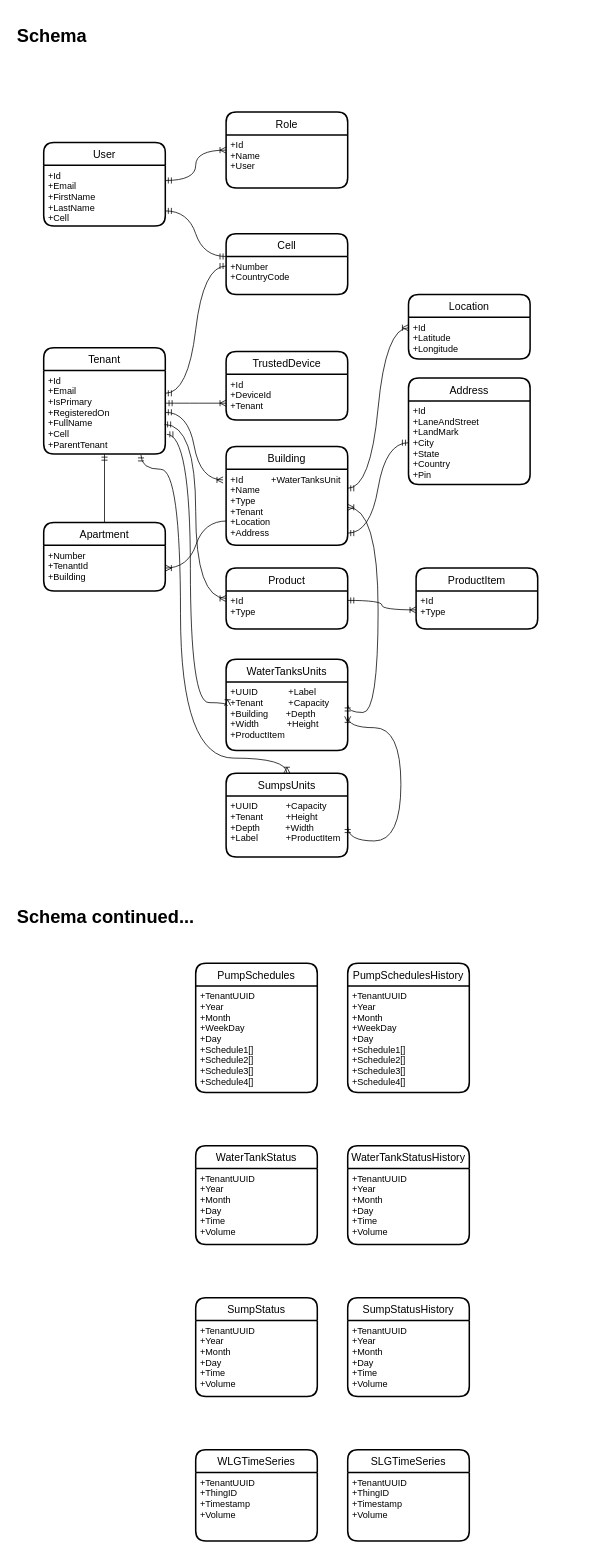
The draw.io diagram page "DatabaseSchema" (10 of 10) of notes/ArchitecturalDiagrams.drawio in aniruddhand/ciot-capstone, before the edit. Source tidied: cells renumbered, new cells numbered last; positions are measured from the earlier drawing's top-left corner, leaving out a move shared by most shapes. Both pictures are drawn from the tidied source at 76%, with x=0, y=0 at pixel (13, 21).
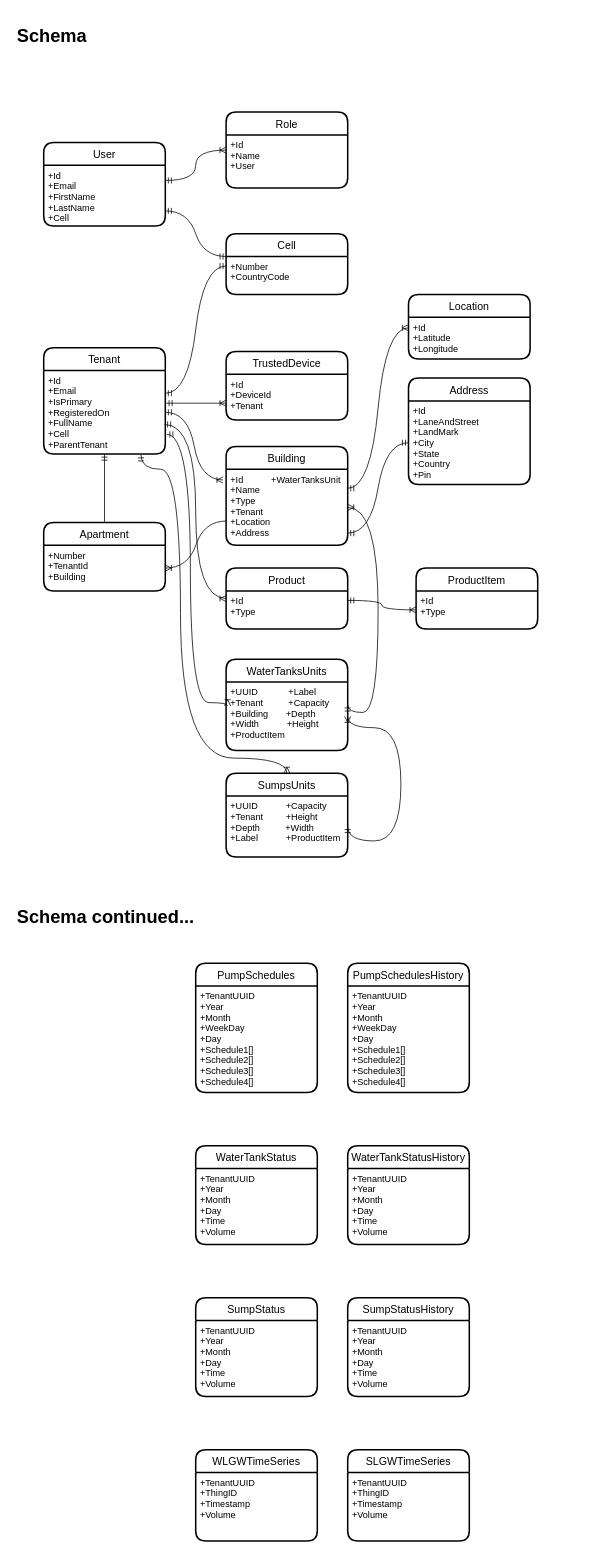
After the change.

The edit, as a diff of the source:
```diff
@@
-    <mxCell id="57" value="SLGTimeSeries" style="swimlane;horizontal=1;startSize=30;rounded=1;fontSize=14;fontStyle=0;strokeWidth=2;shadow=0;dashed=0;align=center;" parent="1" vertex="1">
+    <mxCell id="57" value="SLGWTimeSeries" style="swimlane;horizontal=1;startSize=30;rounded=1;fontSize=14;fontStyle=0;strokeWidth=2;shadow=0;dashed=0;align=center;" parent="1" vertex="1">
       <mxGeometry x="440" y="1880" width="160" height="120" as="geometry" />
     </mxCell>
@@
-    <mxCell id="59" value="WLGTimeSeries" style="swimlane;horizontal=1;startSize=30;rounded=1;fontSize=14;fontStyle=0;strokeWidth=2;shadow=0;dashed=0;align=center;" parent="1" vertex="1">
+    <mxCell id="59" value="WLGWTimeSeries" style="swimlane;horizontal=1;startSize=30;rounded=1;fontSize=14;fontStyle=0;strokeWidth=2;shadow=0;dashed=0;align=center;" parent="1" vertex="1">
       <mxGeometry x="240" y="1880" width="160" height="120" as="geometry" />
     </mxCell>
```
